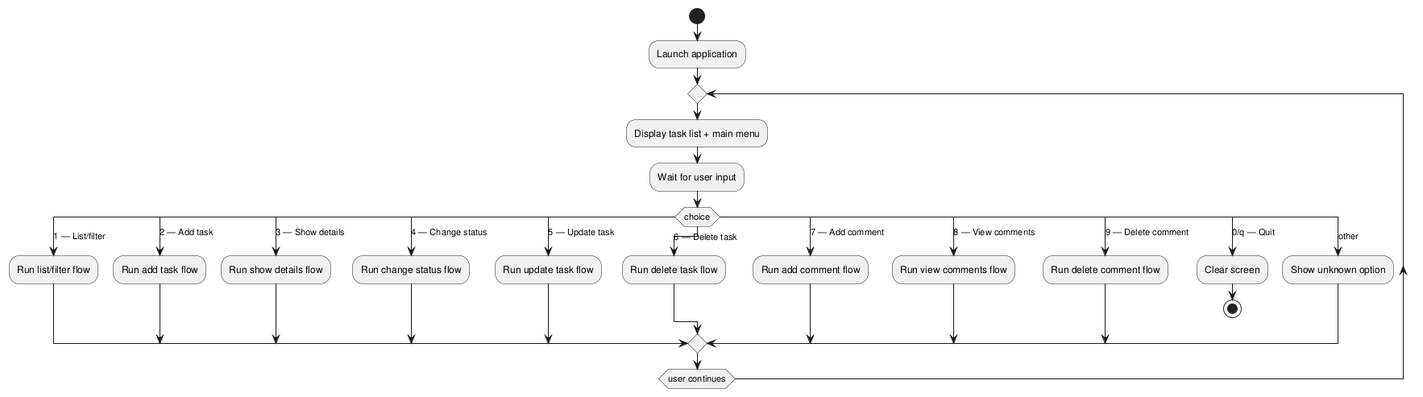
DanielRiha8906/Software_autoevolution_using_agents keeps this PlantUML diagram as experiments/supervisor_as_tools/test_driven/TODO/artifacts/activity_diagram.png. Above is the earlier version.
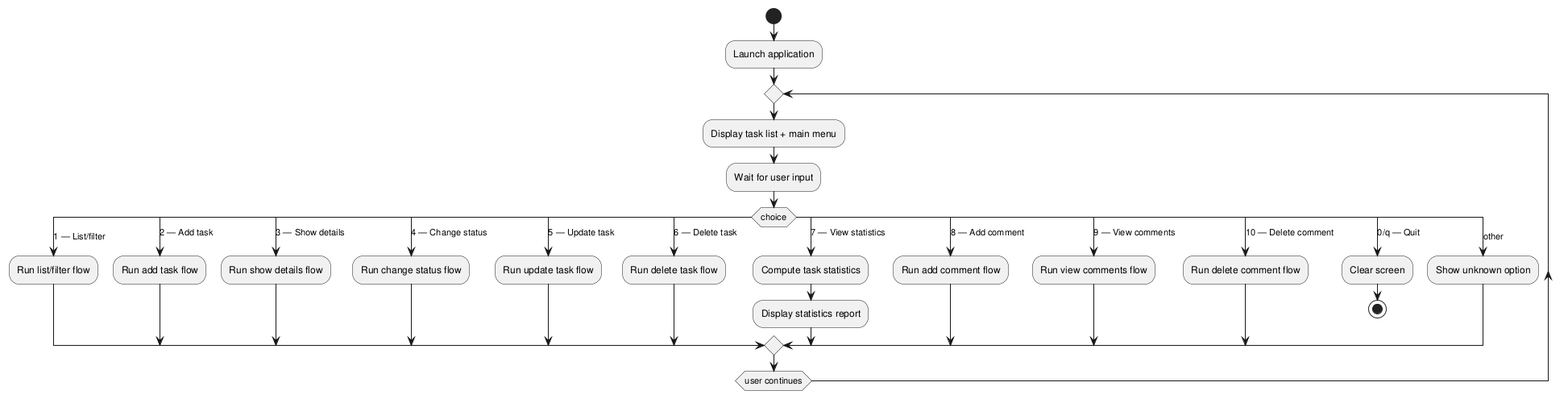
After the commit.

Diff of the diagram source:
```diff
@@ -20,11 +20,14 @@
       :Run update task flow;
     case (6 — Delete task)
       :Run delete task flow;
-    case (7 — Add comment)
+    case (7 — View statistics)
+      :Compute task statistics;
+      :Display statistics report;
+    case (8 — Add comment)
       :Run add comment flow;
-    case (8 — View comments)
+    case (9 — View comments)
       :Run view comments flow;
-    case (9 — Delete comment)
+    case (10 — Delete comment)
       :Run delete comment flow;
     case (0/q — Quit)
       :Clear screen;
```
